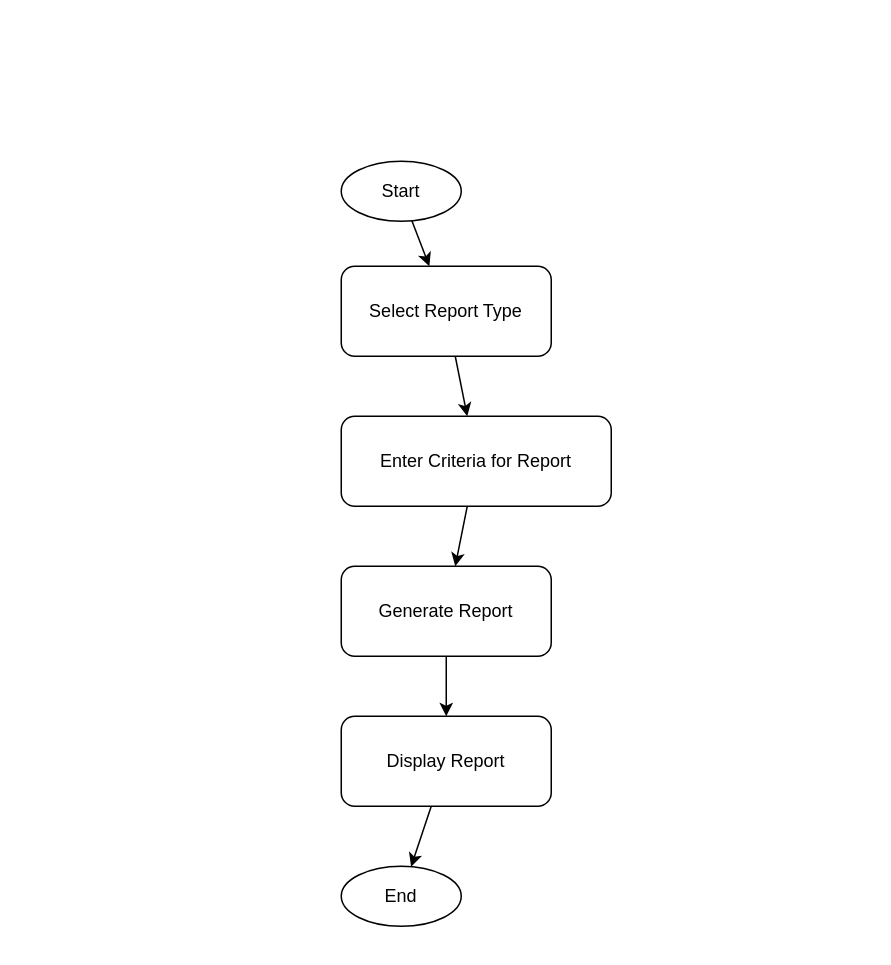
brabentil/database_diagrams keeps this draw.io diagram as flowchart5.drawio. Above is the earlier version. Source tidied: cells renumbered, new cells numbered last; positions are measured from the earlier drawing's top-left corner, leaving out a move shared by most shapes. Both pictures are drawn from the tidied source at 150%, with x=0, y=0 at pixel (340, 160).
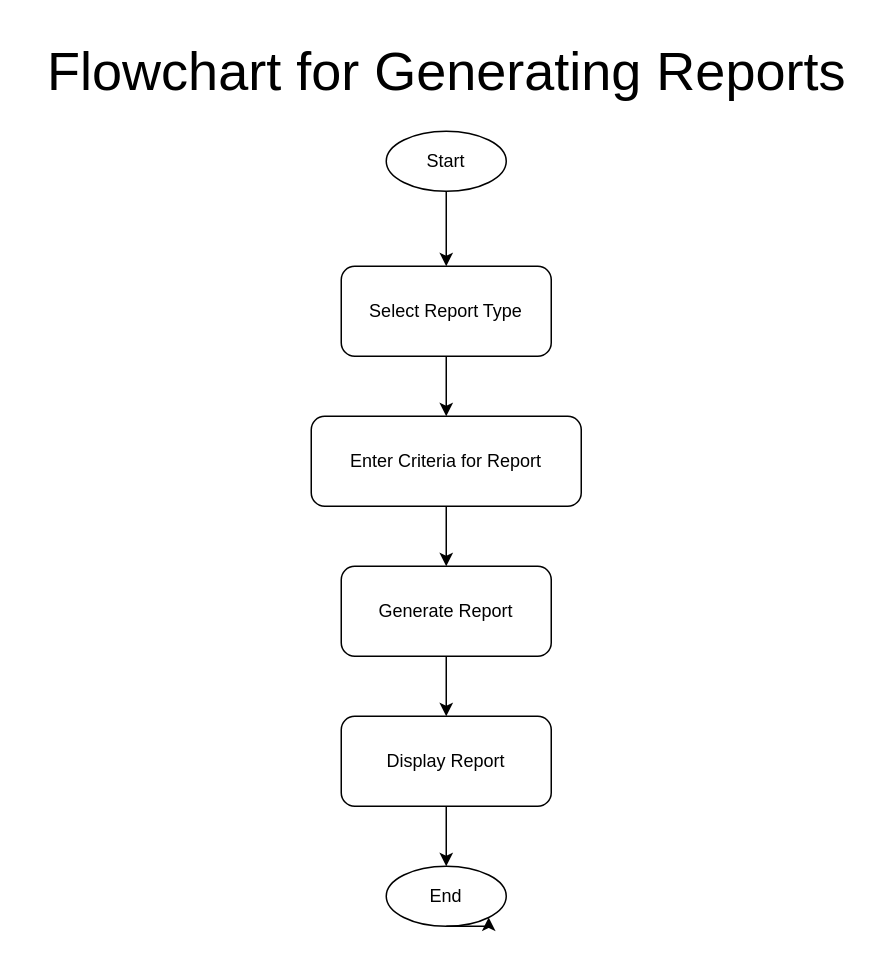
Above is the later version.

Diff of the diagram source:
```diff
@@
 <mxGraphModel>
   <root>
     <mxCell id="0" />
     <mxCell id="1" parent="0" />
     <mxCell id="2" value="Start" style="ellipse;whiteSpace=wrap;html=1;" parent="1" vertex="1">
-      <mxGeometry width="80" height="40" as="geometry" />
+      <mxGeometry x="30" y="-20" width="80" height="40" as="geometry" />
     </mxCell>
     <mxCell id="3" value="Select Report Type" style="rounded=1;whiteSpace=wrap;html=1;" parent="1" vertex="1">
       <mxGeometry y="70" width="140" height="60" as="geometry" />
     </mxCell>
     <mxCell id="4" value="Enter Criteria for Report" style="rounded=1;whiteSpace=wrap;html=1;" parent="1" vertex="1">
-      <mxGeometry y="170" width="180" height="60" as="geometry" />
+      <mxGeometry x="-20" y="170" width="180" height="60" as="geometry" />
     </mxCell>
     <mxCell id="5" value="Generate Report" style="rounded=1;whiteSpace=wrap;html=1;" parent="1" vertex="1">
       <mxGeometry y="270" width="140" height="60" as="geometry" />
     </mxCell>
     <mxCell id="6" value="Display Report" style="rounded=1;whiteSpace=wrap;html=1;" parent="1" vertex="1">
       <mxGeometry y="370" width="140" height="60" as="geometry" />
     </mxCell>
     <mxCell id="7" value="End" style="ellipse;whiteSpace=wrap;html=1;" parent="1" vertex="1">
-      <mxGeometry y="470" width="80" height="40" as="geometry" />
+      <mxGeometry x="30" y="470" width="80" height="40" as="geometry" />
     </mxCell>
     <mxCell id="8" parent="1" edge="1" source="2" target="3">
       <mxGeometry relative="1" as="geometry" />
     </mxCell>
     <mxCell id="9" parent="1" edge="1" source="3" target="4">
       <mxGeometry relative="1" as="geometry" />
     </mxCell>
     <mxCell id="10" parent="1" edge="1" source="4" target="5">
       <mxGeometry relative="1" as="geometry" />
     </mxCell>
     <mxCell id="11" parent="1" edge="1" source="5" target="6">
       <mxGeometry relative="1" as="geometry" />
     </mxCell>
     <mxCell id="12" parent="1" edge="1" source="6" target="7">
       <mxGeometry relative="1" as="geometry" />
     </mxCell>
+    <mxCell id="13" style="edgeStyle=orthogonalEdgeStyle;rounded=0;orthogonalLoop=1;jettySize=auto;html=1;exitX=0.5;exitY=1;exitDx=0;exitDy=0;entryX=1;entryY=1;entryDx=0;entryDy=0;" parent="1" edge="1" source="7" target="7">
+      <mxGeometry relative="1" as="geometry" />
+    </mxCell>
+    <mxCell id="14" value="&lt;font style=&quot;font-size: 36px;&quot;&gt;Flowchart for Generating Reports&lt;/font&gt;" style="text;html=1;align=center;verticalAlign=middle;strokeColor=none;fillColor=none;" parent="1" vertex="1">
+      <mxGeometry x="-210" y="-90" width="560" height="60" as="geometry" />
+    </mxCell>
   </root>
 </mxGraphModel>
```
